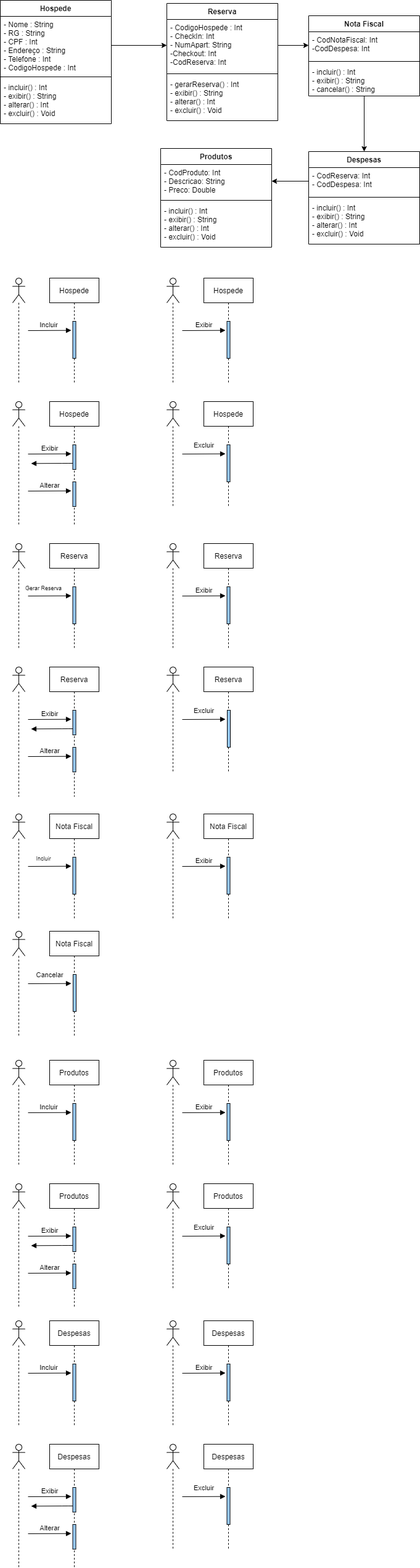
leitoraincomum/engsofII keeps this draw.io diagram as Sequencia e Colab.png. Above is the earlier version. Source tidied: cells renumbered, new cells last; positions are measured from the earlier drawing's top-left corner, leaving out a move shared by most shapes.
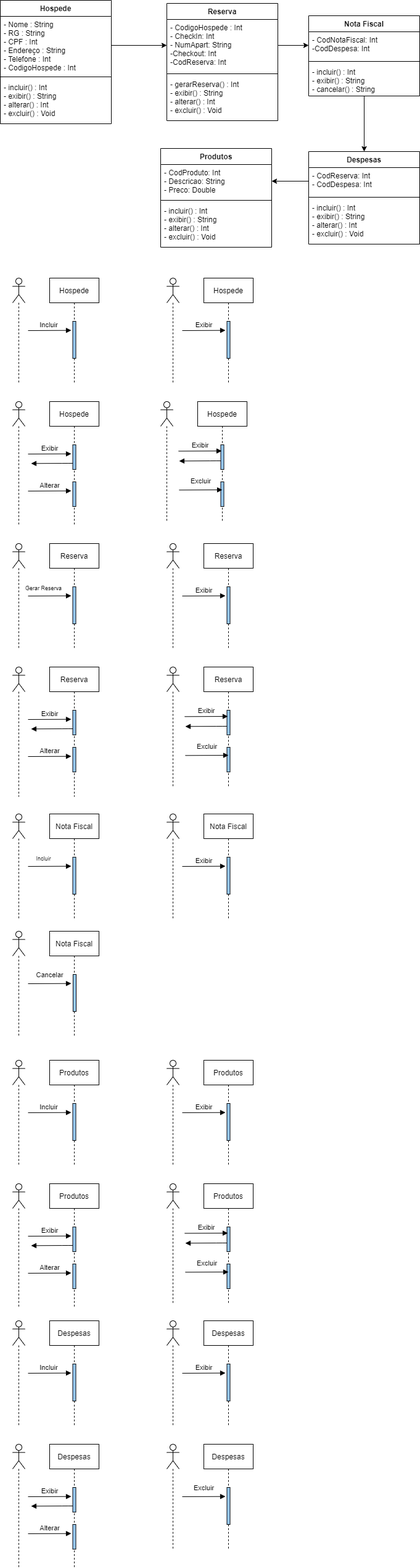
The same file after the commit.

What changed in the source:
```diff
@@ -128,21 +128,6 @@
         <mxPoint x="365" y="534.7" as="targetPoint" />
       </mxGeometry>
     </mxCell>
-    <mxCell id="40" value="Hospede" style="shape=umlLifeline;perimeter=lifelinePerimeter;whiteSpace=wrap;html=1;align=center;" parent="1" vertex="1">
-      <mxGeometry x="330" y="650" width="80" height="170" as="geometry" />
-    </mxCell>
-    <mxCell id="41" style="html=1;perimeter=orthogonalPerimeter;align=center;fillColor=#99CCFF;" parent="40" vertex="1">
-      <mxGeometry x="37.5" y="70" width="5" height="60" as="geometry" />
-    </mxCell>
-    <mxCell id="42" style="shape=umlLifeline;participant=umlActor;perimeter=lifelinePerimeter;whiteSpace=wrap;html=1;verticalAlign=top;spacingTop=36;align=center;" parent="1" vertex="1">
-      <mxGeometry x="270" y="650" width="20" height="170" as="geometry" />
-    </mxCell>
-    <mxCell id="43" value="Excluir" style="html=1;verticalAlign=bottom;endArrow=block;" parent="1" edge="1">
-      <mxGeometry y="5" relative="1" as="geometry">
-        <mxPoint x="295" y="735" as="sourcePoint" />
-        <mxPoint x="365" y="734.7" as="targetPoint" />
-      </mxGeometry>
-    </mxCell>
     <mxCell id="44" style="html=1;verticalAlign=bottom;endArrow=block;" parent="1" edge="1">
       <mxGeometry relative="1" as="geometry">
         <mxPoint x="110" y="750" as="sourcePoint" />
@@ -207,21 +192,6 @@
         <mxPoint x="365" y="964.7" as="targetPoint" />
       </mxGeometry>
     </mxCell>
-    <mxCell id="59" value="Reserva" style="shape=umlLifeline;perimeter=lifelinePerimeter;whiteSpace=wrap;html=1;align=center;" parent="1" vertex="1">
-      <mxGeometry x="330" y="1080" width="80" height="170" as="geometry" />
-    </mxCell>
-    <mxCell id="60" style="html=1;perimeter=orthogonalPerimeter;align=center;fillColor=#99CCFF;" parent="59" vertex="1">
-      <mxGeometry x="38" y="70" width="5" height="60" as="geometry" />
-    </mxCell>
-    <mxCell id="61" style="shape=umlLifeline;participant=umlActor;perimeter=lifelinePerimeter;whiteSpace=wrap;html=1;verticalAlign=top;spacingTop=36;align=center;" parent="1" vertex="1">
-      <mxGeometry x="270" y="1080" width="20" height="170" as="geometry" />
-    </mxCell>
-    <mxCell id="62" value="Excluir" style="html=1;verticalAlign=bottom;endArrow=block;" parent="1" edge="1">
-      <mxGeometry y="5" relative="1" as="geometry">
-        <mxPoint x="295" y="1165" as="sourcePoint" />
-        <mxPoint x="365" y="1164.7" as="targetPoint" />
-      </mxGeometry>
-    </mxCell>
     <mxCell id="63" style="html=1;verticalAlign=bottom;endArrow=block;" parent="1" edge="1">
       <mxGeometry relative="1" as="geometry">
         <mxPoint x="110" y="1180" as="sourcePoint" />
@@ -332,18 +302,21 @@
       </mxGeometry>
     </mxCell>
     <mxCell id="90" value="Produtos" style="shape=umlLifeline;perimeter=lifelinePerimeter;whiteSpace=wrap;html=1;align=center;" parent="1" vertex="1">
-      <mxGeometry x="330" y="1917" width="80" height="170" as="geometry" />
+      <mxGeometry x="330" y="1917" width="80" height="193" as="geometry" />
     </mxCell>
     <mxCell id="91" style="html=1;perimeter=orthogonalPerimeter;align=center;fillColor=#99CCFF;" parent="90" vertex="1">
-      <mxGeometry x="37.5" y="70" width="5" height="60" as="geometry" />
+      <mxGeometry x="37.5" y="130" width="5" height="40" as="geometry" />
     </mxCell>
+    <mxCell id="114" style="html=1;perimeter=orthogonalPerimeter;align=center;fillColor=#99CCFF;" parent="90" vertex="1">
+      <mxGeometry x="37.5" y="70" width="5" height="40" as="geometry" />
+    </mxCell>
     <mxCell id="92" style="shape=umlLifeline;participant=umlActor;perimeter=lifelinePerimeter;whiteSpace=wrap;html=1;verticalAlign=top;spacingTop=36;align=center;" parent="1" vertex="1">
-      <mxGeometry x="270" y="1917" width="20" height="170" as="geometry" />
+      <mxGeometry x="270" y="1917" width="20" height="193" as="geometry" />
     </mxCell>
     <mxCell id="93" value="Excluir" style="html=1;verticalAlign=bottom;endArrow=block;" parent="1" edge="1">
       <mxGeometry y="5" relative="1" as="geometry">
-        <mxPoint x="295" y="2002" as="sourcePoint" />
-        <mxPoint x="365" y="2001.7" as="targetPoint" />
+        <mxPoint x="300" y="2060.3" as="sourcePoint" />
+        <mxPoint x="370" y="2060" as="targetPoint" />
       </mxGeometry>
     </mxCell>
     <mxCell id="94" style="html=1;verticalAlign=bottom;endArrow=block;" parent="1" edge="1">
@@ -435,5 +408,89 @@
         </Array>
       </mxGeometry>
     </mxCell>
+    <mxCell id="115" value="Exibir" style="html=1;verticalAlign=bottom;endArrow=block;" parent="1" edge="1">
+      <mxGeometry relative="1" as="geometry">
+        <mxPoint x="299" y="1997.3" as="sourcePoint" />
+        <mxPoint x="369" y="1997" as="targetPoint" />
+      </mxGeometry>
+    </mxCell>
+    <mxCell id="116" style="html=1;verticalAlign=bottom;endArrow=block;" parent="1" edge="1">
+      <mxGeometry relative="1" as="geometry">
+        <mxPoint x="360" y="2013" as="sourcePoint" />
+        <mxPoint x="300" y="2013.3" as="targetPoint" />
+        <Array as="points">
+          <mxPoint x="370" y="2013" />
+          <mxPoint x="360" y="2013" />
+        </Array>
+      </mxGeometry>
+    </mxCell>
+    <mxCell id="59" value="Reserva" style="shape=umlLifeline;perimeter=lifelinePerimeter;whiteSpace=wrap;html=1;align=center;" parent="1" vertex="1">
+      <mxGeometry x="330" y="1080" width="80" height="193" as="geometry" />
+    </mxCell>
+    <mxCell id="117" style="html=1;perimeter=orthogonalPerimeter;align=center;fillColor=#99CCFF;" parent="59" vertex="1">
+      <mxGeometry x="37.5" y="130" width="5" height="40" as="geometry" />
+    </mxCell>
+    <mxCell id="118" style="html=1;perimeter=orthogonalPerimeter;align=center;fillColor=#99CCFF;" parent="59" vertex="1">
+      <mxGeometry x="37.5" y="70" width="5" height="40" as="geometry" />
+    </mxCell>
+    <mxCell id="119" style="shape=umlLifeline;participant=umlActor;perimeter=lifelinePerimeter;whiteSpace=wrap;html=1;verticalAlign=top;spacingTop=36;align=center;" parent="1" vertex="1">
+      <mxGeometry x="270" y="1080" width="20" height="193" as="geometry" />
+    </mxCell>
+    <mxCell id="120" value="Excluir" style="html=1;verticalAlign=bottom;endArrow=block;" parent="1" edge="1">
+      <mxGeometry y="5" relative="1" as="geometry">
+        <mxPoint x="300" y="1223.3" as="sourcePoint" />
+        <mxPoint x="370" y="1223" as="targetPoint" />
+      </mxGeometry>
+    </mxCell>
+    <mxCell id="121" value="Exibir" style="html=1;verticalAlign=bottom;endArrow=block;" parent="1" edge="1">
+      <mxGeometry relative="1" as="geometry">
+        <mxPoint x="299" y="1160.3" as="sourcePoint" />
+        <mxPoint x="369" y="1160" as="targetPoint" />
+      </mxGeometry>
+    </mxCell>
+    <mxCell id="122" style="html=1;verticalAlign=bottom;endArrow=block;" parent="1" edge="1">
+      <mxGeometry relative="1" as="geometry">
+        <mxPoint x="360" y="1176" as="sourcePoint" />
+        <mxPoint x="300" y="1176.3" as="targetPoint" />
+        <Array as="points">
+          <mxPoint x="370" y="1176" />
+          <mxPoint x="360" y="1176" />
+        </Array>
+      </mxGeometry>
+    </mxCell>
+    <mxCell id="40" value="Hospede" style="shape=umlLifeline;perimeter=lifelinePerimeter;whiteSpace=wrap;html=1;align=center;" parent="1" vertex="1">
+      <mxGeometry x="320" y="650" width="80" height="193" as="geometry" />
+    </mxCell>
+    <mxCell id="123" style="html=1;perimeter=orthogonalPerimeter;align=center;fillColor=#99CCFF;" parent="40" vertex="1">
+      <mxGeometry x="37.5" y="130" width="5" height="40" as="geometry" />
+    </mxCell>
+    <mxCell id="124" style="html=1;perimeter=orthogonalPerimeter;align=center;fillColor=#99CCFF;" parent="40" vertex="1">
+      <mxGeometry x="37.5" y="70" width="5" height="40" as="geometry" />
+    </mxCell>
+    <mxCell id="125" style="shape=umlLifeline;participant=umlActor;perimeter=lifelinePerimeter;whiteSpace=wrap;html=1;verticalAlign=top;spacingTop=36;align=center;" parent="1" vertex="1">
+      <mxGeometry x="260" y="650" width="20" height="193" as="geometry" />
+    </mxCell>
+    <mxCell id="126" value="Excluir" style="html=1;verticalAlign=bottom;endArrow=block;" parent="1" edge="1">
+      <mxGeometry y="5" relative="1" as="geometry">
+        <mxPoint x="290" y="793.3" as="sourcePoint" />
+        <mxPoint x="360" y="793" as="targetPoint" />
+      </mxGeometry>
+    </mxCell>
+    <mxCell id="127" value="Exibir" style="html=1;verticalAlign=bottom;endArrow=block;" parent="1" edge="1">
+      <mxGeometry relative="1" as="geometry">
+        <mxPoint x="289" y="730.3" as="sourcePoint" />
+        <mxPoint x="359" y="730" as="targetPoint" />
+      </mxGeometry>
+    </mxCell>
+    <mxCell id="128" style="html=1;verticalAlign=bottom;endArrow=block;" parent="1" edge="1">
+      <mxGeometry relative="1" as="geometry">
+        <mxPoint x="350" y="746" as="sourcePoint" />
+        <mxPoint x="290" y="746.3" as="targetPoint" />
+        <Array as="points">
+          <mxPoint x="360" y="746" />
+          <mxPoint x="350" y="746" />
+        </Array>
+      </mxGeometry>
+    </mxCell>
   </root>
 </mxGraphModel>
```
